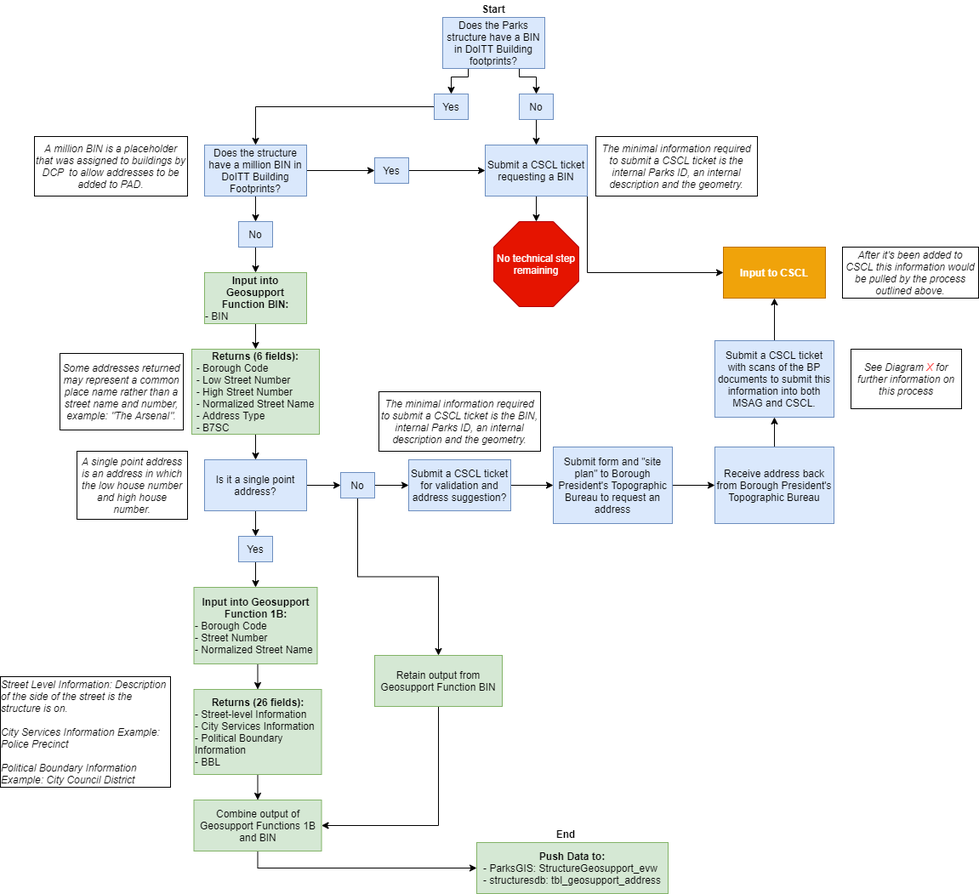
Before: Geosupport.png, a diagram exported from draw.io (NYCParks-data/Structures). Source tidied: cells renumbered, new cells last; positions are measured from the earlier drawing's top-left corner, leaving out a move shared by most shapes.
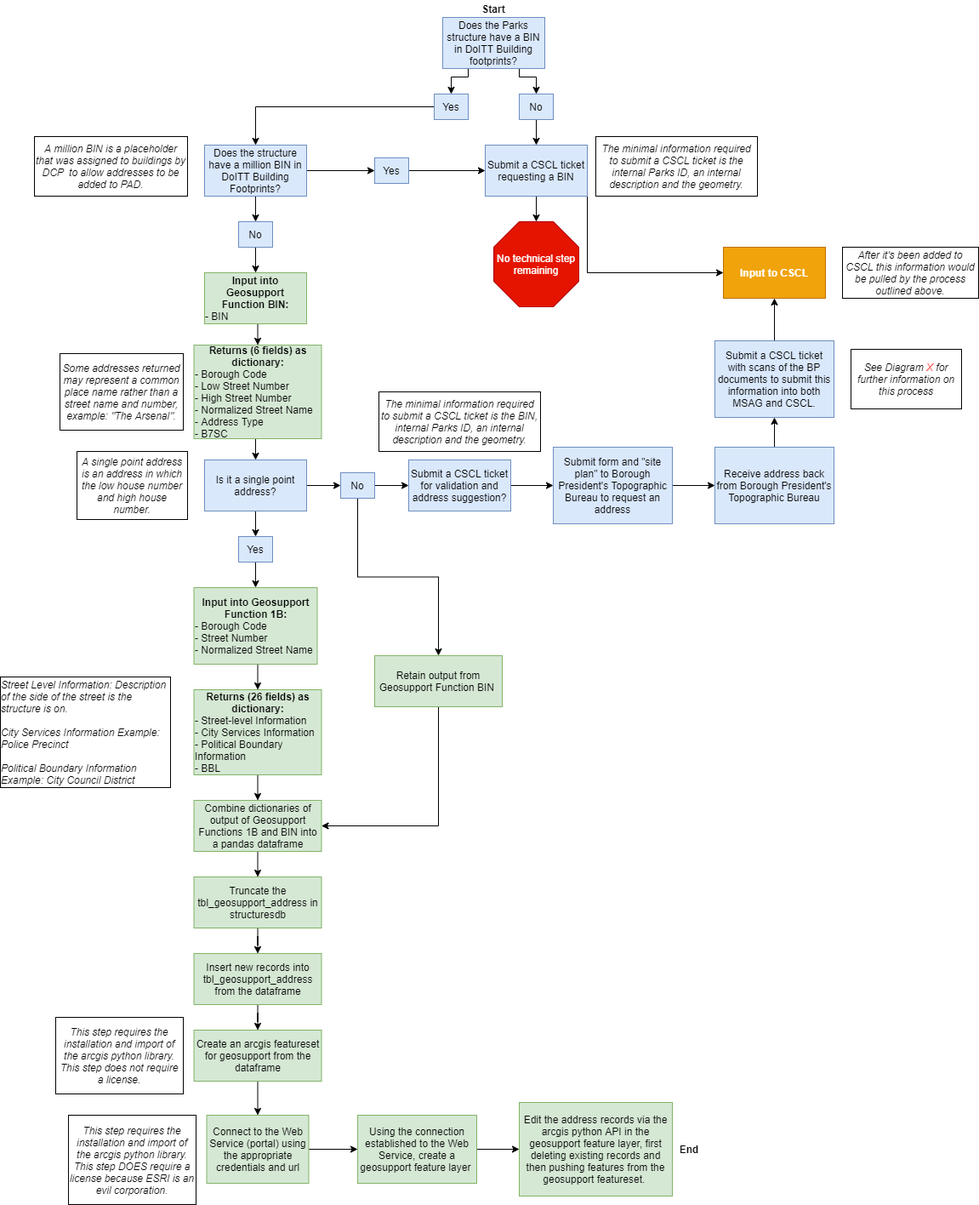
The same file after the commit.

Diff of the diagram source:
```diff
@@ -86,8 +86,8 @@
     <mxCell id="24" style="edgeStyle=orthogonalEdgeStyle;rounded=0;jettySize=auto;html=1;exitX=0.5;exitY=1;exitDx=0;exitDy=0;entryX=0.5;entryY=0;entryDx=0;entryDy=0;" parent="1" edge="1" source="25" target="28">
       <mxGeometry relative="1" as="geometry" />
     </mxCell>
-    <mxCell id="25" value="&lt;b&gt;Returns (6 fields):&lt;/b&gt;&lt;br&gt;&lt;div style=&quot;text-align: left&quot;&gt;&lt;span&gt;- Borough Code&lt;/span&gt;&lt;/div&gt;&lt;div style=&quot;text-align: left&quot;&gt;&lt;span&gt;- Low Street Number&lt;/span&gt;&lt;/div&gt;&lt;div style=&quot;text-align: left&quot;&gt;&lt;span&gt;- High Street Number&lt;/span&gt;&lt;/div&gt;&lt;div style=&quot;text-align: left&quot;&gt;&lt;span&gt;- Normalized Street Name&lt;/span&gt;&lt;/div&gt;&lt;div style=&quot;text-align: left&quot;&gt;&lt;span&gt;- Address Type&lt;/span&gt;&lt;/div&gt;&lt;div style=&quot;text-align: left&quot;&gt;&lt;span&gt;- B7SC&lt;/span&gt;&lt;/div&gt;" style="rounded=0;whiteSpace=wrap;html=1;fillColor=#d5e8d4;strokeColor=#82b366;" parent="1" vertex="1">
-      <mxGeometry x="225" y="410" width="150" height="100" as="geometry" />
+    <mxCell id="25" value="&lt;b&gt;Returns (6 fields) as dictionary:&lt;/b&gt;&lt;br&gt;&lt;div style=&quot;text-align: left&quot;&gt;&lt;span&gt;- Borough Code&lt;/span&gt;&lt;/div&gt;&lt;div style=&quot;text-align: left&quot;&gt;&lt;span&gt;- Low Street Number&lt;/span&gt;&lt;/div&gt;&lt;div style=&quot;text-align: left&quot;&gt;&lt;span&gt;- High Street Number&lt;/span&gt;&lt;/div&gt;&lt;div style=&quot;text-align: left&quot;&gt;&lt;span&gt;- Normalized Street Name&lt;/span&gt;&lt;/div&gt;&lt;div style=&quot;text-align: left&quot;&gt;&lt;span&gt;- Address Type&lt;/span&gt;&lt;/div&gt;&lt;div style=&quot;text-align: left&quot;&gt;&lt;span&gt;- B7SC&lt;/span&gt;&lt;/div&gt;" style="rounded=0;whiteSpace=wrap;html=1;fillColor=#d5e8d4;strokeColor=#82b366;" parent="1" vertex="1">
+      <mxGeometry x="227.5" y="405" width="150" height="110" as="geometry" />
     </mxCell>
     <mxCell id="26" style="edgeStyle=orthogonalEdgeStyle;rounded=0;jettySize=auto;html=1;exitX=1;exitY=0.5;exitDx=0;exitDy=0;entryX=0;entryY=0.5;entryDx=0;entryDy=0;" parent="1" edge="1" source="28" target="34">
       <mxGeometry relative="1" as="geometry" />
@@ -137,29 +137,26 @@
     <mxCell id="41" style="edgeStyle=orthogonalEdgeStyle;rounded=0;jettySize=auto;html=1;exitX=0.5;exitY=1;exitDx=0;exitDy=0;entryX=0.5;entryY=0;entryDx=0;entryDy=0;" parent="1" edge="1" source="42" target="45">
       <mxGeometry relative="1" as="geometry" />
     </mxCell>
-    <mxCell id="42" value="&lt;b&gt;Returns (26 fields):&lt;/b&gt;&lt;br&gt;&lt;div style=&quot;text-align: left&quot;&gt;- Street-level Information&lt;/div&gt;&lt;div style=&quot;text-align: left&quot;&gt;&lt;span&gt;- City Services Information&lt;/span&gt;&lt;/div&gt;&lt;div style=&quot;text-align: left&quot;&gt;&lt;span&gt;- Political Boundary Information&lt;/span&gt;&lt;/div&gt;&lt;div style=&quot;text-align: left&quot;&gt;&lt;span&gt;- BBL&lt;/span&gt;&lt;/div&gt;" style="rounded=0;whiteSpace=wrap;html=1;fillColor=#d5e8d4;strokeColor=#82b366;" parent="1" vertex="1">
+    <mxCell id="42" value="&lt;b&gt;Returns (26 fields) as dictionary:&lt;/b&gt;&lt;br&gt;&lt;div style=&quot;text-align: left&quot;&gt;- Street-level Information&lt;/div&gt;&lt;div style=&quot;text-align: left&quot;&gt;&lt;span&gt;- City Services Information&lt;/span&gt;&lt;/div&gt;&lt;div style=&quot;text-align: left&quot;&gt;&lt;span&gt;- Political Boundary Information&lt;/span&gt;&lt;/div&gt;&lt;div style=&quot;text-align: left&quot;&gt;&lt;span&gt;- BBL&lt;/span&gt;&lt;/div&gt;" style="rounded=0;whiteSpace=wrap;html=1;fillColor=#d5e8d4;strokeColor=#82b366;" parent="1" vertex="1">
       <mxGeometry x="227.5" y="810" width="150" height="100" as="geometry" />
     </mxCell>
     <mxCell id="43" value="&lt;div style=&quot;text-align: left&quot;&gt;&lt;i&gt;Street Level Information: Description of the side of the street is the structure is on.&lt;/i&gt;&lt;/div&gt;&lt;div style=&quot;text-align: left&quot;&gt;&lt;i&gt;&lt;br&gt;&lt;/i&gt;&lt;/div&gt;&lt;i&gt;&lt;div style=&quot;text-align: left&quot;&gt;&lt;i&gt;City Services Information Example: Police Precinct&lt;/i&gt;&lt;/div&gt;&lt;div style=&quot;text-align: left&quot;&gt;&lt;i&gt;&lt;br&gt;&lt;/i&gt;&lt;/div&gt;&lt;div style=&quot;text-align: left&quot;&gt;&lt;i&gt;Political Boundary Information Example: City Council District&lt;/i&gt;&lt;/div&gt;&lt;/i&gt;" style="rounded=0;whiteSpace=wrap;html=1;" parent="1" vertex="1">
       <mxGeometry y="795" width="200" height="130" as="geometry" />
     </mxCell>
-    <mxCell id="44" style="edgeStyle=orthogonalEdgeStyle;rounded=0;jettySize=auto;html=1;exitX=0.5;exitY=1;exitDx=0;exitDy=0;entryX=0;entryY=0.5;entryDx=0;entryDy=0;" parent="1" edge="1" source="45" target="46">
-      <mxGeometry relative="1" as="geometry" />
-    </mxCell>
+    <mxCell id="60" style="edgeStyle=orthogonalEdgeStyle;rounded=0;jettySize=auto;html=1;exitX=0.5;exitY=1;exitDx=0;exitDy=0;entryX=0.5;entryY=0;entryDx=0;entryDy=0;" parent="1" edge="1" source="45" target="62">
+      <mxGeometry relative="1" as="geometry" />
+    </mxCell>
-    <mxCell id="45" value="Combine output of Geosupport Functions 1B and BIN" style="rounded=0;whiteSpace=wrap;html=1;fillColor=#d5e8d4;strokeColor=#82b366;" parent="1" vertex="1">
+    <mxCell id="45" value="Combine dictionaries of output of Geosupport Functions 1B and BIN into a pandas dataframe" style="rounded=0;whiteSpace=wrap;html=1;fillColor=#d5e8d4;strokeColor=#82b366;" parent="1" vertex="1">
       <mxGeometry x="227.5" y="940" width="150" height="60" as="geometry" />
     </mxCell>
-    <mxCell id="46" value="&lt;b&gt;Push Data to:&lt;/b&gt;&lt;br&gt;&lt;div style=&quot;text-align: left&quot;&gt;&lt;span&gt;- ParksGIS: StructureGeosupport_evw&lt;/span&gt;&lt;/div&gt;&lt;div style=&quot;text-align: left&quot;&gt;&lt;span&gt;- structuresdb: tbl_geosupport_address&lt;/span&gt;&lt;/div&gt;" style="rounded=0;whiteSpace=wrap;html=1;fillColor=#d5e8d4;strokeColor=#82b366;" parent="1" vertex="1">
-      <mxGeometry x="560" y="990" width="225" height="60" as="geometry" />
-    </mxCell>
     <mxCell id="47" style="edgeStyle=orthogonalEdgeStyle;rounded=0;jettySize=auto;html=1;exitX=0.5;exitY=1;exitDx=0;exitDy=0;entryX=1;entryY=0.5;entryDx=0;entryDy=0;" parent="1" edge="1" source="48" target="45">
       <mxGeometry relative="1" as="geometry" />
     </mxCell>
-    <mxCell id="48" value="Retain output from Geosupport Function BIN" style="rounded=0;whiteSpace=wrap;html=1;fillColor=#d5e8d4;strokeColor=#82b366;" parent="1" vertex="1">
+    <mxCell id="48" value="Retain output from Geosupport Function BIN&amp;nbsp;" style="rounded=0;whiteSpace=wrap;html=1;fillColor=#d5e8d4;strokeColor=#82b366;" parent="1" vertex="1">
       <mxGeometry x="440" y="770" width="150" height="60" as="geometry" />
     </mxCell>
     <mxCell id="49" value="&lt;b&gt;End&lt;/b&gt;" style="text;html=1;strokeColor=none;fillColor=none;align=center;verticalAlign=middle;whiteSpace=wrap;rounded=0;" parent="1" vertex="1">
-      <mxGeometry x="645" y="970" width="40" height="20" as="geometry" />
+      <mxGeometry x="790" y="1340" width="40" height="20" as="geometry" />
     </mxCell>
     <mxCell id="50" value="&lt;b&gt;Start&lt;/b&gt;" style="text;html=1;strokeColor=none;fillColor=none;align=center;verticalAlign=middle;whiteSpace=wrap;rounded=0;" parent="1" vertex="1">
       <mxGeometry x="560" width="40" height="20" as="geometry" />
@@ -191,5 +188,46 @@
     <mxCell id="59" value="&lt;i&gt;Some addresses returned may represent a common place name rather than a street name and number, example: &quot;The Arsenal&quot;.&lt;/i&gt;" style="rounded=0;whiteSpace=wrap;html=1;" parent="1" vertex="1">
       <mxGeometry x="70" y="415" width="145" height="90" as="geometry" />
     </mxCell>
+    <mxCell id="61" style="edgeStyle=orthogonalEdgeStyle;rounded=0;jettySize=auto;html=1;" parent="1" edge="1" source="62" target="64">
+      <mxGeometry relative="1" as="geometry" />
+    </mxCell>
+    <mxCell id="62" value="Truncate the tbl_geosupport_address in structuresdb" style="rounded=0;whiteSpace=wrap;html=1;fillColor=#d5e8d4;strokeColor=#82b366;" parent="1" vertex="1">
+      <mxGeometry x="227.5" y="1030" width="150" height="60" as="geometry" />
+    </mxCell>
+    <mxCell id="63" style="edgeStyle=orthogonalEdgeStyle;rounded=0;jettySize=auto;html=1;" parent="1" edge="1" source="64" target="67">
+      <mxGeometry relative="1" as="geometry" />
+    </mxCell>
+    <mxCell id="64" value="Insert new records into tbl_geosupport_address from the dataframe" style="rounded=0;whiteSpace=wrap;html=1;fillColor=#d5e8d4;strokeColor=#82b366;" parent="1" vertex="1">
+      <mxGeometry x="227.5" y="1120" width="150" height="60" as="geometry" />
+    </mxCell>
+    <mxCell id="65" value="&lt;i&gt;This step requires the installation and import of the arcgis python library. This step does not require a license.&lt;/i&gt;" style="rounded=0;whiteSpace=wrap;html=1;" parent="1" vertex="1">
+      <mxGeometry x="65" y="1195" width="150" height="90" as="geometry" />
+    </mxCell>
+    <mxCell id="66" style="edgeStyle=orthogonalEdgeStyle;rounded=0;jettySize=auto;html=1;exitX=0.5;exitY=1;exitDx=0;exitDy=0;entryX=0.5;entryY=0;entryDx=0;entryDy=0;" parent="1" edge="1" source="67">
+      <mxGeometry relative="1" as="geometry">
+        <mxPoint x="302.5" y="1310" as="targetPoint" />
+      </mxGeometry>
+    </mxCell>
+    <mxCell id="67" value="Create an arcgis featureset for geosupport from the dataframe" style="rounded=0;whiteSpace=wrap;html=1;fillColor=#d5e8d4;strokeColor=#82b366;" parent="1" vertex="1">
+      <mxGeometry x="227.5" y="1210" width="150" height="60" as="geometry" />
+    </mxCell>
+    <mxCell id="68" style="edgeStyle=orthogonalEdgeStyle;rounded=0;jettySize=auto;html=1;" parent="1" edge="1" source="69" target="72">
+      <mxGeometry relative="1" as="geometry" />
+    </mxCell>
+    <mxCell id="69" value="Using the connection established to the Web Service, create a geosupport feature layer&amp;nbsp;" style="rounded=0;whiteSpace=wrap;html=1;fillColor=#d5e8d4;strokeColor=#82b366;" parent="1" vertex="1">
+      <mxGeometry x="420" y="1310" width="140" height="80" as="geometry" />
+    </mxCell>
+    <mxCell id="70" style="edgeStyle=orthogonalEdgeStyle;rounded=0;jettySize=auto;html=1;" parent="1" edge="1" source="71" target="69">
+      <mxGeometry relative="1" as="geometry" />
+    </mxCell>
+    <mxCell id="71" value="Connect to the Web Service (portal) using the appropriate credentials and url" style="rounded=0;whiteSpace=wrap;html=1;fillColor=#d5e8d4;strokeColor=#82b366;" parent="1" vertex="1">
+      <mxGeometry x="242.5" y="1310" width="120" height="80" as="geometry" />
+    </mxCell>
+    <mxCell id="72" value="Edit the address records via the arcgis python API in the geosupport feature layer, first deleting existing records and then pushing features from the geosupport featureset.&amp;nbsp;" style="rounded=0;whiteSpace=wrap;html=1;fillColor=#d5e8d4;strokeColor=#82b366;" parent="1" vertex="1">
+      <mxGeometry x="610" y="1295" width="180" height="110" as="geometry" />
+    </mxCell>
+    <mxCell id="73" value="&lt;i&gt;This step requires the installation and import of the arcgis python library. This step DOES require a license because ESRI is an evil corporation.&lt;/i&gt;" style="rounded=0;whiteSpace=wrap;html=1;" parent="1" vertex="1">
+      <mxGeometry x="80" y="1310" width="150" height="105" as="geometry" />
+    </mxCell>
   </root>
 </mxGraphModel>
```
